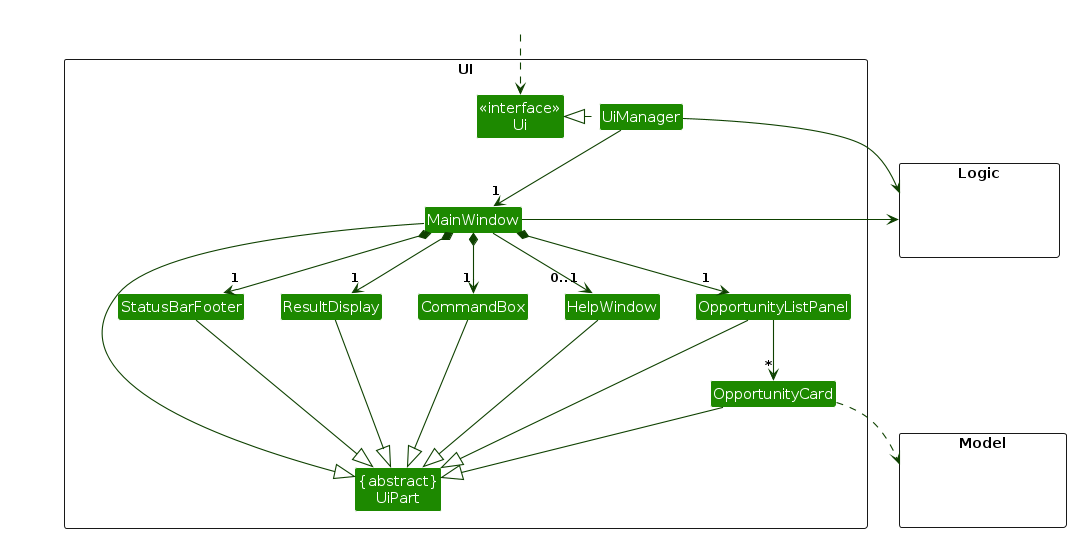
AY2526S2-CS2103T-W13-2/tp keeps this PlantUML diagram as diagrams/UiClassDiagram.png. Above is the earlier version. Its source is kept beside it as diagrams/UiClassDiagram.puml. Its diagram source:
```plantuml
@startuml
!include style.puml
skinparam arrowThickness 1.1
skinparam arrowColor UI_COLOR_T4
skinparam classBackgroundColor UI_COLOR

package UI <<Rectangle>>{
Class "<<interface>>\nUi" as Ui
Class "{abstract}\nUiPart" as UiPart
Class UiManager
Class MainWindow
Class HelpWindow
Class ResultDisplay
Class OpportunityListPanel
Class OpportunityCard
Class StatusBarFooter
Class CommandBox
}

package Model <<Rectangle>> {
Class HiddenModel #FFFFFF
}

package Logic <<Rectangle>> {
Class HiddenLogic #FFFFFF
}

Class HiddenOutside #FFFFFF
HiddenOutside ..> Ui

UiManager .left.|> Ui
UiManager -down-> "1" MainWindow
MainWindow *-down->  "1" CommandBox
MainWindow *-down-> "1" ResultDisplay
MainWindow *-down-> "1" OpportunityListPanel
MainWindow *-down-> "1" StatusBarFooter
MainWindow --> "0..1" HelpWindow

OpportunityListPanel -down-> "*" OpportunityCard

MainWindow -left-|> UiPart

ResultDisplay --|> UiPart
CommandBox --|> UiPart
OpportunityListPanel --|> UiPart
OpportunityCard --|> UiPart
StatusBarFooter --|> UiPart
HelpWindow --|> UiPart

OpportunityCard ..> Model
UiManager -right-> Logic
MainWindow -left-> Logic

OpportunityListPanel -[hidden]left- HelpWindow
HelpWindow -[hidden]left- CommandBox
CommandBox -[hidden]left- ResultDisplay
ResultDisplay -[hidden]left- StatusBarFooter

MainWindow -[hidden]-|> UiPart
@enduml
```
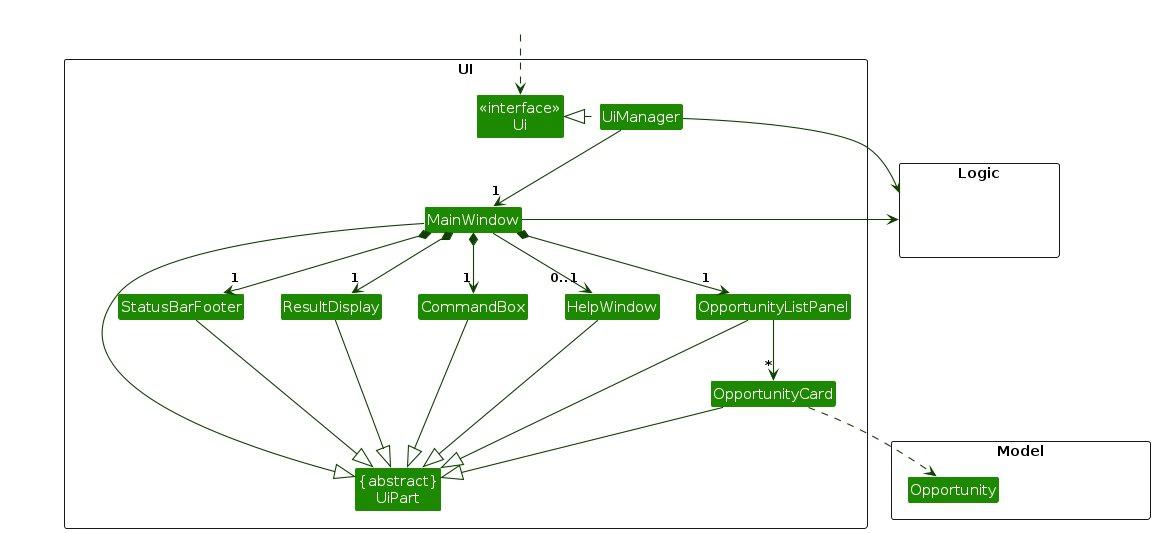
Above is the later version.

Change to the diagram source:
```diff
@@ -19,6 +19,7 @@
 
 package Model <<Rectangle>> {
 Class HiddenModel #FFFFFF
+Class Opportunity
 }
 
 package Logic <<Rectangle>> {
@@ -47,7 +48,7 @@
 StatusBarFooter --|> UiPart
 HelpWindow --|> UiPart
 
-OpportunityCard ..> Model
+OpportunityCard ..> Opportunity
 UiManager -right-> Logic
 MainWindow -left-> Logic
 
```
